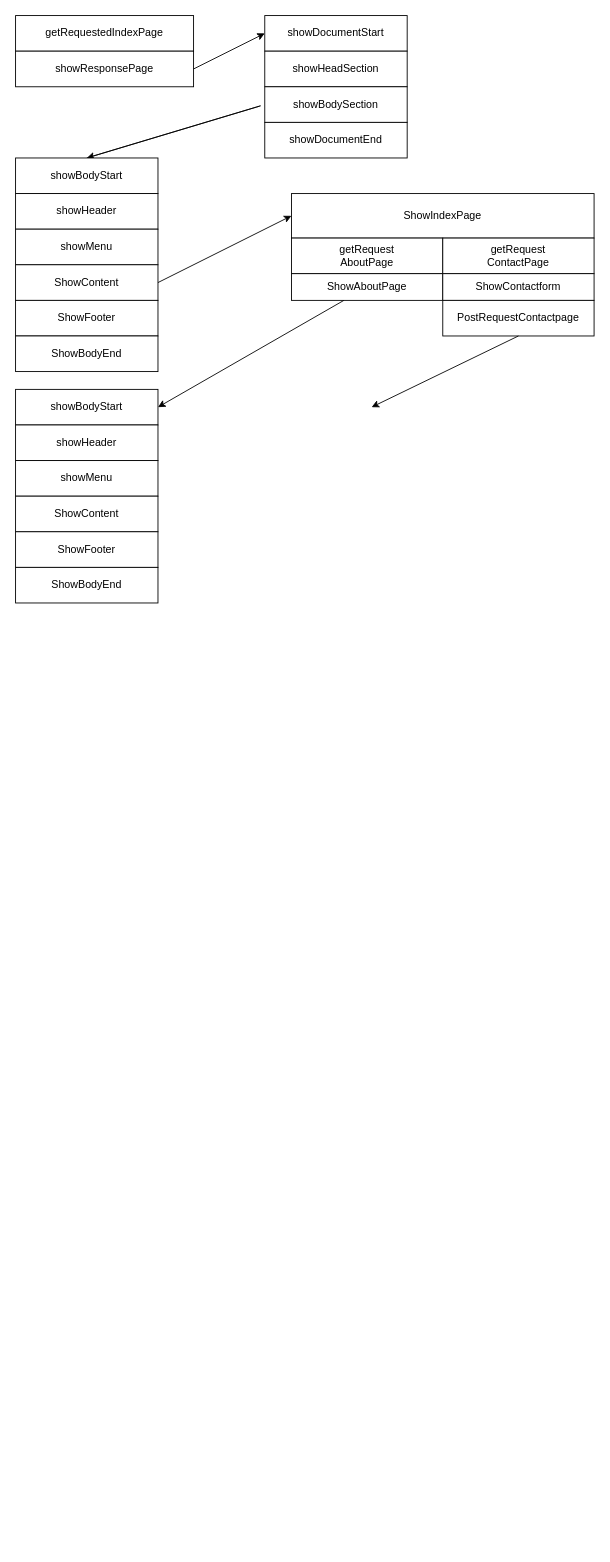
Earlier version of the draw.io diagram Diagrams/pages.drawio (JeroenHeemskerk/educom-webshop-basis-1676367863). Source tidied: cells renumbered, new cells numbered last; positions are measured from the earlier drawing's top-left corner, leaving out a move shared by most shapes. Both pictures are drawn from the tidied source at 89%, with x=0, y=0 at pixel (15, 15).
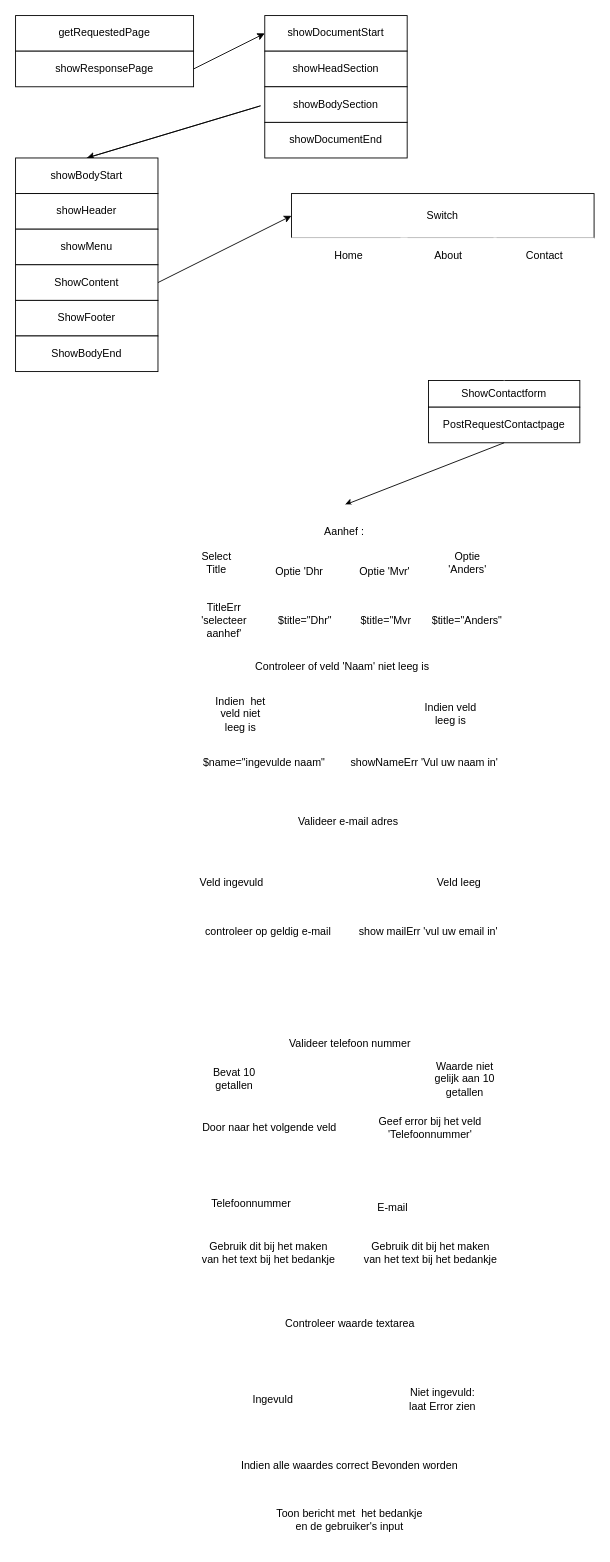
The same page after the edit.

Commit message:
new changes after feedback

Diff of the diagram source:
```diff
@@
-    <mxCell id="2" value="getRequestedIndexPage" style="rounded=0;whiteSpace=wrap;html=1;" parent="1" vertex="1">
+    <mxCell id="2" value="getRequestedPage" style="rounded=0;whiteSpace=wrap;html=1;" parent="1" vertex="1">
       <mxGeometry width="200" height="40" as="geometry" />
     </mxCell>
@@
-    <mxCell id="17" value="ShowIndexPage" style="rounded=0;whiteSpace=wrap;html=1;" parent="1" vertex="1">
+    <mxCell id="17" value="Switch" style="rounded=0;whiteSpace=wrap;html=1;" parent="1" vertex="1">
       <mxGeometry x="310" y="200" width="340" height="50" as="geometry" />
     </mxCell>
-    <mxCell id="18" value="getRequest&lt;br&gt;AboutPage" style="rounded=0;whiteSpace=wrap;html=1;" parent="1" vertex="1">
-      <mxGeometry x="310" y="250" width="170" height="40" as="geometry" />
-    </mxCell>
-    <mxCell id="19" value="getRequest&lt;br&gt;ContactPage" style="rounded=0;whiteSpace=wrap;html=1;" parent="1" vertex="1">
-      <mxGeometry x="480" y="250" width="170" height="40" as="geometry" />
-    </mxCell>
-    <mxCell id="20" value="ShowAboutPage" style="rounded=0;whiteSpace=wrap;html=1;" parent="1" vertex="1">
-      <mxGeometry x="310" y="290" width="170" height="30" as="geometry" />
-    </mxCell>
-    <mxCell id="21" value="showBodyStart" style="rounded=0;whiteSpace=wrap;html=1;" parent="1" vertex="1">
-      <mxGeometry y="420" width="160" height="40" as="geometry" />
-    </mxCell>
-    <mxCell id="22" value="showHeader" style="rounded=0;whiteSpace=wrap;html=1;" parent="1" vertex="1">
-      <mxGeometry y="460" width="160" height="40" as="geometry" />
-    </mxCell>
-    <mxCell id="23" value="showMenu" style="rounded=0;whiteSpace=wrap;html=1;" parent="1" vertex="1">
-      <mxGeometry y="500" width="160" height="40" as="geometry" />
-    </mxCell>
-    <mxCell id="24" value="ShowContent" style="rounded=0;whiteSpace=wrap;html=1;" parent="1" vertex="1">
-      <mxGeometry y="540" width="160" height="40" as="geometry" />
-    </mxCell>
-    <mxCell id="25" value="ShowFooter" style="rounded=0;whiteSpace=wrap;html=1;" parent="1" vertex="1">
-      <mxGeometry y="580" width="160" height="40" as="geometry" />
-    </mxCell>
-    <mxCell id="26" value="ShowBodyEnd" style="rounded=0;whiteSpace=wrap;html=1;" parent="1" vertex="1">
-      <mxGeometry y="620" width="160" height="40" as="geometry" />
-    </mxCell>
-    <mxCell id="27" style="endArrow=classic;html=1;entryX=1;entryY=0.5;entryDx=0;entryDy=0;" parent="1" edge="1" source="20" target="21">
-      <mxGeometry relative="1" as="geometry" />
-    </mxCell>
     <mxCell id="28" value="ShowContactform" style="rounded=0;whiteSpace=wrap;html=1;" parent="1" vertex="1">
-      <mxGeometry x="480" y="290" width="170" height="30" as="geometry" />
+      <mxGeometry x="464" y="410" width="170" height="30" as="geometry" />
     </mxCell>
     <mxCell id="29" value="PostRequestContactpage" style="rounded=0;whiteSpace=wrap;html=1;" parent="1" vertex="1">
-      <mxGeometry x="480" y="320" width="170" height="40" as="geometry" />
+      <mxGeometry x="464" y="440" width="170" height="40" as="geometry" />
     </mxCell>
-    <mxCell id="30" style="endArrow=classic;html=1;exitX=0.5;exitY=1;exitDx=0;exitDy=0;" parent="1" edge="1" source="29">
-      <mxGeometry relative="1" as="geometry">
-        <mxPoint x="400" y="440" as="targetPoint" />
-      </mxGeometry>
+    <mxCell id="30" style="endArrow=classic;html=1;exitX=0.5;exitY=1;exitDx=0;exitDy=0;entryX=0;entryY=0.5;entryDx=0;entryDy=0;" parent="1" edge="1" source="29" target="65">
+      <mxGeometry relative="1" as="geometry" />
     </mxCell>
+    <mxCell id="31" style="html=1;labelBorderColor=default;align=center;verticalAlign=middle;whiteSpace=wrap;strokeColor=#FFFFFF;" parent="1" vertex="1">
+      <mxGeometry x="192" y="550" width="360" height="100" as="geometry" />
+    </mxCell>
+    <mxCell id="32" value="Optie 'Dhr" style="text;strokeColor=#FFFFFF;align=center;fillColor=none;html=1;verticalAlign=middle;whiteSpace=wrap;rounded=0;labelBorderColor=none;opacity=0;" parent="1" vertex="1">
+      <mxGeometry x="289" y="610" width="60" height="30" as="geometry" />
+    </mxCell>
+    <mxCell id="33" value="Optie 'Mvr'" style="text;strokeColor=#FFFFFF;align=center;fillColor=none;html=1;verticalAlign=middle;whiteSpace=wrap;rounded=0;labelBorderColor=none;opacity=0;" parent="1" vertex="1">
+      <mxGeometry x="385" y="610" width="60" height="30" as="geometry" />
+    </mxCell>
+    <mxCell id="34" style="edgeStyle=none;html=1;strokeColor=#FFFFFF;" parent="1" edge="1" target="36">
+      <mxGeometry relative="1" as="geometry">
+        <mxPoint x="369.3" y="710" as="sourcePoint" />
+      </mxGeometry>
+    </mxCell>
+    <mxCell id="35" style="rounded=0;whiteSpace=wrap;html=1;labelBorderColor=default;strokeColor=#FFFFFF;" parent="1" vertex="1">
+      <mxGeometry x="189" y="710" width="361" height="100" as="geometry" />
+    </mxCell>
+    <mxCell id="36" value="&lt;font style=&quot;font-size: 12px;&quot;&gt;Controleer of veld&lt;/font&gt;&amp;nbsp;'Naam' niet leeg is&amp;nbsp;&lt;br&gt;" style="triangle;whiteSpace=wrap;html=1;labelBorderColor=none;strokeColor=#FFFFFF;direction=south;spacingTop=-57;" parent="1" vertex="1">
+      <mxGeometry x="189" y="710" width="360" height="100" as="geometry" />
+    </mxCell>
+    <mxCell id="37" value="Indien&amp;nbsp; het veld niet leeg is" style="text;strokeColor=#FFFFFF;align=center;fillColor=none;html=1;verticalAlign=middle;whiteSpace=wrap;rounded=0;labelBorderColor=none;fontSize=12;opacity=0;" parent="1" vertex="1">
+      <mxGeometry x="217" y="767.5" width="72" height="35" as="geometry" />
+    </mxCell>
+    <mxCell id="38" value="Indien veld leeg is" style="text;strokeColor=#FFFFFF;align=center;fillColor=none;html=1;verticalAlign=middle;whiteSpace=wrap;rounded=0;labelBorderColor=none;fontSize=12;opacity=0;" parent="1" vertex="1">
+      <mxGeometry x="449" y="760" width="80" height="50" as="geometry" />
+    </mxCell>
+    <mxCell id="39" value="$name=&quot;ingevulde naam&quot;" style="rounded=0;whiteSpace=wrap;html=1;labelBorderColor=none;strokeColor=#FFFFFF;fontSize=12;" parent="1" vertex="1">
+      <mxGeometry x="189" y="810" width="181" height="60" as="geometry" />
+    </mxCell>
+    <mxCell id="40" style="rounded=0;whiteSpace=wrap;html=1;labelBorderColor=default;strokeColor=#FFFFFF;fontSize=12;" parent="1" vertex="1">
+      <mxGeometry x="195" y="870" width="361" height="130" as="geometry" />
+    </mxCell>
+    <mxCell id="41" value="Valideer e-mail adres" style="triangle;whiteSpace=wrap;html=1;labelBorderColor=none;strokeColor=#FFFFFF;fontSize=12;direction=south;spacingTop=-59;" parent="1" vertex="1">
+      <mxGeometry x="194" y="870" width="360" height="130" as="geometry" />
+    </mxCell>
+    <mxCell id="42" value="Veld ingevuld" style="text;strokeColor=#FFFFFF;align=center;fillColor=none;html=1;verticalAlign=middle;whiteSpace=wrap;rounded=0;labelBorderColor=none;fontSize=12;opacity=0;" parent="1" vertex="1">
+      <mxGeometry x="194" y="950" width="98" height="50" as="geometry" />
+    </mxCell>
+    <mxCell id="43" value="Veld leeg" style="text;strokeColor=#FFFFFF;align=center;fillColor=none;html=1;verticalAlign=middle;whiteSpace=wrap;rounded=0;labelBorderColor=none;fontSize=12;opacity=0;" parent="1" vertex="1">
+      <mxGeometry x="442" y="950" width="113" height="50" as="geometry" />
+    </mxCell>
+    <mxCell id="44" value="controleer op geldig e-mail" style="rounded=0;whiteSpace=wrap;html=1;labelBorderColor=none;strokeColor=#FFFFFF;fontSize=12;" parent="1" vertex="1">
+      <mxGeometry x="194" y="1000" width="180" height="60" as="geometry" />
+    </mxCell>
+    <mxCell id="45" value="show mailErr 'vul uw email in'" style="rounded=0;whiteSpace=wrap;html=1;labelBorderColor=none;strokeColor=#FFFFFF;fontSize=12;" parent="1" vertex="1">
+      <mxGeometry x="374" y="1000" width="180" height="60" as="geometry" />
+    </mxCell>
+    <mxCell id="46" style="rounded=0;whiteSpace=wrap;html=1;labelBorderColor=default;strokeColor=#FFFFFF;fontSize=12;" parent="1" vertex="1">
+      <mxGeometry x="195" y="1120" width="361" height="100" as="geometry" />
+    </mxCell>
+    <mxCell id="47" value="Valideer telefoon nummer" style="triangle;whiteSpace=wrap;labelBorderColor=none;strokeColor=#FFFFFF;fontSize=12;direction=south;spacingTop=-30;" parent="1" vertex="1">
+      <mxGeometry x="196" y="1120" width="360" height="100" as="geometry" />
+    </mxCell>
+    <mxCell id="48" value="Bevat 10 getallen" style="text;strokeColor=#FFFFFF;align=center;fillColor=none;html=1;verticalAlign=middle;whiteSpace=wrap;rounded=0;labelBorderColor=none;fontSize=12;opacity=0;" parent="1" vertex="1">
+      <mxGeometry x="216" y="1180" width="60" height="30" as="geometry" />
+    </mxCell>
+    <mxCell id="49" value="Waarde niet gelijk aan 10 getallen" style="text;strokeColor=#FFFFFF;align=center;fillColor=none;html=1;verticalAlign=middle;whiteSpace=wrap;rounded=0;labelBorderColor=none;fontSize=12;opacity=0;" parent="1" vertex="1">
+      <mxGeometry x="464" y="1170" width="82" height="50" as="geometry" />
+    </mxCell>
+    <mxCell id="50" value="Door naar het volgende veld" style="rounded=0;whiteSpace=wrap;html=1;labelBorderColor=none;strokeColor=#FFFFFF;fontSize=12;" parent="1" vertex="1">
+      <mxGeometry x="195" y="1220" width="181" height="60" as="geometry" />
+    </mxCell>
+    <mxCell id="51" value="Geef error bij het veld 'Telefoonnummer'" style="rounded=0;whiteSpace=wrap;html=1;labelBorderColor=none;strokeColor=#FFFFFF;fontSize=12;" parent="1" vertex="1">
+      <mxGeometry x="376" y="1220" width="180" height="60" as="geometry" />
+    </mxCell>
+    <mxCell id="52" style="rounded=0;whiteSpace=wrap;html=1;labelBorderColor=default;strokeColor=#FFFFFF;fontSize=12;" parent="1" vertex="1">
+      <mxGeometry x="196" y="1280" width="360" height="70" as="geometry" />
+    </mxCell>
+    <mxCell id="53" value="Telefoonnummer&lt;br&gt;" style="text;strokeColor=#FFFFFF;align=center;fillColor=none;html=1;verticalAlign=middle;whiteSpace=wrap;rounded=0;labelBorderColor=none;fontSize=12;opacity=0;" parent="1" vertex="1">
+      <mxGeometry x="216" y="1320" width="98" height="30" as="geometry" />
+    </mxCell>
+    <mxCell id="54" value="E-mail" style="text;strokeColor=#FFFFFF;align=center;fillColor=none;html=1;verticalAlign=middle;whiteSpace=wrap;rounded=0;labelBorderColor=none;fontSize=12;opacity=0;" parent="1" vertex="1">
+      <mxGeometry x="394" y="1330" width="60" height="20" as="geometry" />
+    </mxCell>
+    <mxCell id="55" value="Gebruik dit bij het maken&lt;br&gt;van het text bij het bedankje" style="rounded=0;whiteSpace=wrap;html=1;labelBorderColor=none;strokeColor=#FFFFFF;fontSize=12;" parent="1" vertex="1">
+      <mxGeometry x="194" y="1350" width="181" height="80" as="geometry" />
+    </mxCell>
+    <mxCell id="56" value="Gebruik dit bij het maken&lt;br&gt;van het text bij het bedankje" style="rounded=0;whiteSpace=wrap;html=1;labelBorderColor=none;strokeColor=#FFFFFF;fontSize=12;" parent="1" vertex="1">
+      <mxGeometry x="376" y="1350" width="181" height="80" as="geometry" />
+    </mxCell>
+    <mxCell id="57" value="Controleer waarde textarea" style="rounded=0;whiteSpace=wrap;html=1;labelBorderColor=none;strokeColor=#FFFFFF;fontSize=12;" parent="1" vertex="1">
+      <mxGeometry x="196" y="1430" width="360" height="80" as="geometry" />
+    </mxCell>
+    <mxCell id="58" style="rounded=0;whiteSpace=wrap;html=1;labelBorderColor=none;strokeColor=#FFFFFF;fontSize=12;" parent="1" vertex="1">
+      <mxGeometry x="196" y="1510" width="360" height="90" as="geometry" />
+    </mxCell>
+    <mxCell id="59" style="rounded=0;whiteSpace=wrap;html=1;strokeColor=#FFFFFF;" parent="1" vertex="1">
+      <mxGeometry x="196" y="1510" width="190" height="90" as="geometry" />
+    </mxCell>
+    <mxCell id="60" value="Ingevuld&amp;nbsp;" style="text;strokeColor=#FFFFFF;align=center;fillColor=none;html=1;verticalAlign=middle;whiteSpace=wrap;rounded=0;opacity=0;" parent="1" vertex="1">
+      <mxGeometry x="261" y="1540" width="60" height="30" as="geometry" />
+    </mxCell>
+    <mxCell id="61" value="Niet ingevuld:&lt;br&gt;laat Error zien" style="text;strokeColor=#FFFFFF;align=center;fillColor=none;html=1;verticalAlign=middle;whiteSpace=wrap;rounded=0;opacity=0;" parent="1" vertex="1">
+      <mxGeometry x="436" y="1540" width="88" height="30" as="geometry" />
+    </mxCell>
+    <mxCell id="62" value="Indien alle waardes correct Bevonden worden" style="rounded=0;whiteSpace=wrap;html=1;strokeColor=#FFFFFF;" parent="1" vertex="1">
+      <mxGeometry x="195" y="1600" width="361" height="60" as="geometry" />
+    </mxCell>
+    <mxCell id="63" value="Toon bericht met&amp;nbsp; het bedankje&lt;br&gt;en de gebruiker's input" style="rounded=0;whiteSpace=wrap;html=1;strokeColor=#FFFFFF;" parent="1" vertex="1">
+      <mxGeometry x="195" y="1660" width="361" height="60" as="geometry" />
+    </mxCell>
+    <mxCell id="64" style="endArrow=classic;html=1;exitX=0;exitY=0;exitDx=0;exitDy=0;entryX=1;entryY=1;entryDx=0;entryDy=0;strokeColor=#FFFFFF;" parent="1" edge="1" source="52" target="52">
+      <mxGeometry relative="1" as="geometry">
+        <Array as="points">
+          <mxPoint x="354" y="1310" />
+        </Array>
+      </mxGeometry>
+    </mxCell>
+    <mxCell id="65" value="Aanhef :" style="triangle;whiteSpace=wrap;html=1;strokeColor=#FFFFFF;direction=south;" parent="1" vertex="1">
+      <mxGeometry x="192" y="550" width="355" height="60" as="geometry" />
+    </mxCell>
+    <mxCell id="66" style="endArrow=none;html=1;strokeColor=#FFFFFF;entryX=0.5;entryY=1;entryDx=0;entryDy=0;" parent="1" edge="1" target="65">
+      <mxGeometry relative="1" as="geometry">
+        <mxPoint x="280" y="650" as="sourcePoint" />
+      </mxGeometry>
+    </mxCell>
+    <mxCell id="67" style="endArrow=none;html=1;strokeColor=#FFFFFF;entryX=1;entryY=0.5;entryDx=0;entryDy=0;" parent="1" edge="1" target="65">
+      <mxGeometry relative="1" as="geometry">
+        <mxPoint x="370" y="650" as="sourcePoint" />
+      </mxGeometry>
+    </mxCell>
+    <mxCell id="68" style="endArrow=none;html=1;strokeColor=#FFFFFF;entryX=0.5;entryY=0;entryDx=0;entryDy=0;exitX=0.75;exitY=1;exitDx=0;exitDy=0;" parent="1" edge="1" source="31" target="65">
+      <mxGeometry relative="1" as="geometry" />
+    </mxCell>
+    <mxCell id="69" value="TitleErr&lt;br&gt;'selecteer aanhef'" style="rounded=0;whiteSpace=wrap;html=1;strokeColor=#FFFFFF;" parent="1" vertex="1">
+      <mxGeometry x="189" y="650" width="91" height="60" as="geometry" />
+    </mxCell>
+    <mxCell id="70" value="$title=&quot;Dhr&quot;" style="rounded=0;whiteSpace=wrap;html=1;strokeColor=#FFFFFF;" parent="1" vertex="1">
+      <mxGeometry x="280" y="650" width="91" height="60" as="geometry" />
+    </mxCell>
+    <mxCell id="71" value="$title=&quot;Mvr" style="rounded=0;whiteSpace=wrap;html=1;strokeColor=#FFFFFF;" parent="1" vertex="1">
+      <mxGeometry x="371" y="650" width="91" height="60" as="geometry" />
+    </mxCell>
+    <mxCell id="72" value="$title=&quot;Anders&quot;" style="rounded=0;whiteSpace=wrap;html=1;strokeColor=#FFFFFF;" parent="1" vertex="1">
+      <mxGeometry x="462" y="650" width="91" height="60" as="geometry" />
+    </mxCell>
+    <mxCell id="73" value="Select&lt;br&gt;Title" style="text;strokeColor=none;align=center;fillColor=none;html=1;verticalAlign=middle;whiteSpace=wrap;rounded=0;" parent="1" vertex="1">
+      <mxGeometry x="196" y="600" width="60" height="30" as="geometry" />
+    </mxCell>
+    <mxCell id="74" value="Optie&lt;br&gt;'Anders'" style="text;strokeColor=none;align=center;fillColor=none;html=1;verticalAlign=middle;whiteSpace=wrap;rounded=0;" parent="1" vertex="1">
+      <mxGeometry x="477.5" y="600" width="60" height="30" as="geometry" />
+    </mxCell>
+    <mxCell id="75" value="showNameErr 'Vul uw naam in'" style="rounded=0;whiteSpace=wrap;html=1;strokeColor=#FFFFFF;" parent="1" vertex="1">
+      <mxGeometry x="369" y="810" width="181" height="60" as="geometry" />
+    </mxCell>
+    <mxCell id="76" style="rounded=0;whiteSpace=wrap;html=1;strokeColor=#FFFFFF;" parent="1" vertex="1">
+      <mxGeometry x="194" y="1060" width="366" height="60" as="geometry" />
+    </mxCell>
+    <mxCell id="77" value="Home" style="rounded=0;whiteSpace=wrap;html=1;strokeColor=#FFFFFF;" parent="1" vertex="1">
+      <mxGeometry x="309" y="250" width="131" height="40" as="geometry" />
+    </mxCell>
+    <mxCell id="78" value="About" style="rounded=0;whiteSpace=wrap;html=1;strokeColor=#FFFFFF;" parent="1" vertex="1">
+      <mxGeometry x="433" y="250" width="107" height="40" as="geometry" />
+    </mxCell>
+    <mxCell id="79" value="Contact" style="rounded=0;whiteSpace=wrap;html=1;strokeColor=#FFFFFF;" parent="1" vertex="1">
+      <mxGeometry x="537.5" y="250" width="112.5" height="40" as="geometry" />
+    </mxCell>
+    <mxCell id="80" style="endArrow=none;html=1;strokeColor=#FFFFFF;entryX=0.5;entryY=1;entryDx=0;entryDy=0;exitX=0.5;exitY=0;exitDx=0;exitDy=0;" parent="1" edge="1" source="28" target="79">
+      <mxGeometry relative="1" as="geometry" />
+    </mxCell>
```
